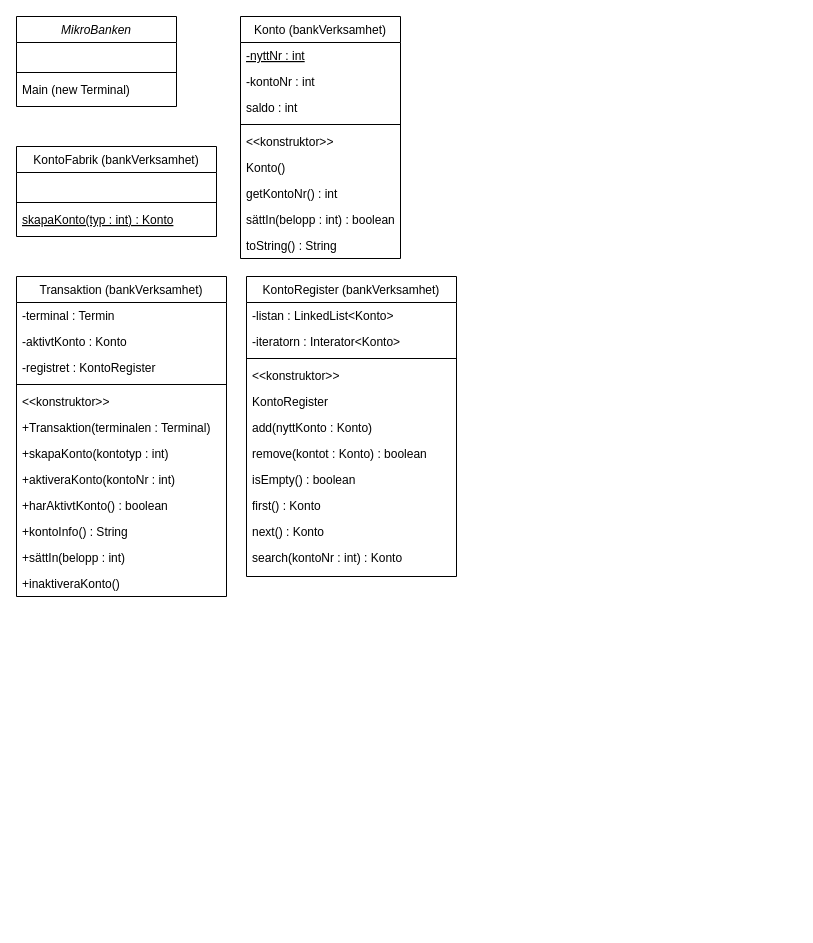
Ingelisun/ERmodels keeps this draw.io diagram as Kodskelett.drawio. Above is the earlier version. Source tidied: cells renumbered, new cells numbered last; positions are measured from the earlier drawing's top-left corner, leaving out a move shared by most shapes. Both pictures are drawn from the tidied source at 100%, with x=0, y=0 at pixel (16, 16).
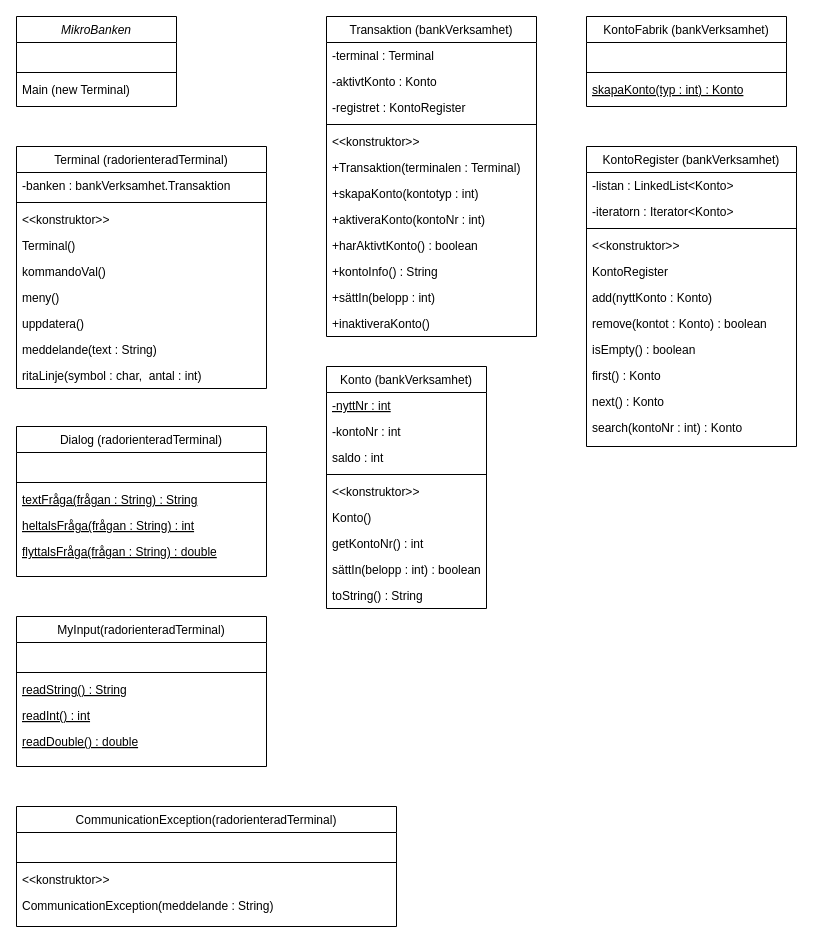
Above is the later version.

Change to the diagram source:
```diff
@@
     <mxCell id="6" value="KontoFabrik (bankVerksamhet)" style="swimlane;fontStyle=0;align=center;verticalAlign=top;horizontal=1;startSize=26;rounded=0;shadow=0;strokeWidth=1;" parent="1" vertex="1">
-      <mxGeometry y="130" width="200" height="90" as="geometry" />
+      <mxGeometry x="570" width="200" height="90" as="geometry" />
     </mxCell>
@@
     <mxCell id="10" value="Konto (bankVerksamhet)" style="swimlane;fontStyle=0;align=center;verticalAlign=top;horizontal=1;startSize=26;rounded=0;shadow=0;strokeWidth=1;" parent="1" vertex="1">
-      <mxGeometry x="224" width="160" height="242" as="geometry" />
+      <mxGeometry x="310" y="350" width="160" height="242" as="geometry" />
     </mxCell>
@@
     <mxCell id="20" value="Transaktion (bankVerksamhet)" style="swimlane;fontStyle=0;align=center;verticalAlign=top;horizontal=1;startSize=26;rounded=0;shadow=0;strokeWidth=1;" parent="1" vertex="1">
-      <mxGeometry y="260" width="210" height="320" as="geometry" />
+      <mxGeometry x="310" width="210" height="320" as="geometry" />
     </mxCell>
-    <mxCell id="21" value="-terminal : Termin" style="text;align=left;verticalAlign=top;spacingLeft=4;spacingRight=4;overflow=hidden;rounded=0;shadow=0;html=0;" parent="20" vertex="1">
+    <mxCell id="21" value="-terminal : Terminal" style="text;align=left;verticalAlign=top;spacingLeft=4;spacingRight=4;overflow=hidden;rounded=0;shadow=0;html=0;" parent="20" vertex="1">
       <mxGeometry y="26" width="210" height="26" as="geometry" />
     </mxCell>
@@
     <mxCell id="33" value="KontoRegister (bankVerksamhet)" style="swimlane;fontStyle=0;align=center;verticalAlign=top;horizontal=1;startSize=26;rounded=0;shadow=0;strokeWidth=1;" parent="1" vertex="1">
-      <mxGeometry x="230" y="260" width="210" height="300" as="geometry" />
+      <mxGeometry x="570" y="130" width="210" height="300" as="geometry" />
     </mxCell>
@@
-    <mxCell id="35" value="-iteratorn : Interator&lt;Konto&gt;" style="text;align=left;verticalAlign=top;spacingLeft=4;spacingRight=4;overflow=hidden;rounded=0;shadow=0;html=0;" parent="33" vertex="1">
+    <mxCell id="35" value="-iteratorn : Iterator&lt;Konto&gt;" style="text;align=left;verticalAlign=top;spacingLeft=4;spacingRight=4;overflow=hidden;rounded=0;shadow=0;html=0;" parent="33" vertex="1">
       <mxGeometry y="52" width="210" height="26" as="geometry" />
     </mxCell>
@@
+    <mxCell id="45" value="Terminal (radorienteradTerminal)" style="swimlane;fontStyle=0;align=center;verticalAlign=top;horizontal=1;startSize=26;rounded=0;shadow=0;strokeWidth=1;" parent="1" vertex="1">
+      <mxGeometry y="130" width="250" height="242" as="geometry" />
+    </mxCell>
+    <mxCell id="46" value="-banken : bankVerksamhet.Transaktion" style="text;align=left;verticalAlign=top;spacingLeft=4;spacingRight=4;overflow=hidden;fontStyle=0;" parent="45" vertex="1">
+      <mxGeometry y="26" width="250" height="26" as="geometry" />
+    </mxCell>
+    <mxCell id="47" style="line;html=1;strokeWidth=1;align=left;verticalAlign=middle;spacingTop=-1;spacingLeft=3;spacingRight=3;labelPosition=right;" parent="45" vertex="1">
+      <mxGeometry y="52" width="250" height="8" as="geometry" />
+    </mxCell>
+    <mxCell id="48" value="&lt;&lt;konstruktor&gt;&gt;" style="text;align=left;verticalAlign=top;spacingLeft=4;spacingRight=4;overflow=hidden;" parent="45" vertex="1">
+      <mxGeometry y="60" width="250" height="26" as="geometry" />
+    </mxCell>
+    <mxCell id="49" value="Terminal()" style="text;align=left;verticalAlign=top;spacingLeft=4;spacingRight=4;overflow=hidden;" parent="45" vertex="1">
+      <mxGeometry y="86" width="250" height="26" as="geometry" />
+    </mxCell>
+    <mxCell id="50" value="kommandoVal()" style="text;align=left;verticalAlign=top;spacingLeft=4;spacingRight=4;overflow=hidden;" parent="45" vertex="1">
+      <mxGeometry y="112" width="250" height="26" as="geometry" />
+    </mxCell>
+    <mxCell id="51" value="meny()" style="text;align=left;verticalAlign=top;spacingLeft=4;spacingRight=4;overflow=hidden;" parent="45" vertex="1">
+      <mxGeometry y="138" width="250" height="26" as="geometry" />
+    </mxCell>
+    <mxCell id="52" value="uppdatera()" style="text;align=left;verticalAlign=top;spacingLeft=4;spacingRight=4;overflow=hidden;" parent="45" vertex="1">
+      <mxGeometry y="164" width="250" height="26" as="geometry" />
+    </mxCell>
+    <mxCell id="53" value="meddelande(text : String)" style="text;align=left;verticalAlign=top;spacingLeft=4;spacingRight=4;overflow=hidden;" parent="45" vertex="1">
+      <mxGeometry y="190" width="250" height="26" as="geometry" />
+    </mxCell>
+    <mxCell id="54" value="ritaLinje(symbol : char,  antal : int)" style="text;align=left;verticalAlign=top;spacingLeft=4;spacingRight=4;overflow=hidden;" parent="45" vertex="1">
+      <mxGeometry y="216" width="250" height="26" as="geometry" />
+    </mxCell>
+    <mxCell id="55" value="Dialog (radorienteradTerminal)" style="swimlane;fontStyle=0;align=center;verticalAlign=top;horizontal=1;startSize=26;rounded=0;shadow=0;strokeWidth=1;" parent="1" vertex="1">
+      <mxGeometry y="410" width="250" height="150" as="geometry" />
+    </mxCell>
+    <mxCell id="56" value=" " style="text;align=left;verticalAlign=top;spacingLeft=4;spacingRight=4;overflow=hidden;fontStyle=0;" parent="55" vertex="1">
+      <mxGeometry y="26" width="250" height="26" as="geometry" />
+    </mxCell>
+    <mxCell id="57" style="line;html=1;strokeWidth=1;align=left;verticalAlign=middle;spacingTop=-1;spacingLeft=3;spacingRight=3;labelPosition=right;" parent="55" vertex="1">
+      <mxGeometry y="52" width="250" height="8" as="geometry" />
+    </mxCell>
+    <mxCell id="58" value="textFråga(frågan : String) : String" style="text;align=left;verticalAlign=top;spacingLeft=4;spacingRight=4;overflow=hidden;fontStyle=4;" parent="55" vertex="1">
+      <mxGeometry y="60" width="250" height="26" as="geometry" />
+    </mxCell>
+    <mxCell id="59" value="heltalsFråga(frågan : String) : int" style="text;align=left;verticalAlign=top;spacingLeft=4;spacingRight=4;overflow=hidden;fontStyle=4;" parent="55" vertex="1">
+      <mxGeometry y="86" width="250" height="26" as="geometry" />
+    </mxCell>
+    <mxCell id="60" value="flyttalsFråga(frågan : String) : double" style="text;align=left;verticalAlign=top;spacingLeft=4;spacingRight=4;overflow=hidden;fontStyle=4;" parent="55" vertex="1">
+      <mxGeometry y="112" width="250" height="26" as="geometry" />
+    </mxCell>
+    <mxCell id="61" value="CommunicationException(radorienteradTerminal)" style="swimlane;fontStyle=0;align=center;verticalAlign=top;horizontal=1;startSize=26;rounded=0;shadow=0;strokeWidth=1;" parent="1" vertex="1">
+      <mxGeometry y="790" width="380" height="120" as="geometry" />
+    </mxCell>
+    <mxCell id="62" value=" " style="text;align=left;verticalAlign=top;spacingLeft=4;spacingRight=4;overflow=hidden;fontStyle=0;" parent="61" vertex="1">
+      <mxGeometry y="26" width="380" height="26" as="geometry" />
+    </mxCell>
+    <mxCell id="63" style="line;html=1;strokeWidth=1;align=left;verticalAlign=middle;spacingTop=-1;spacingLeft=3;spacingRight=3;labelPosition=right;" parent="61" vertex="1">
+      <mxGeometry y="52" width="380" height="8" as="geometry" />
+    </mxCell>
+    <mxCell id="64" value="&lt;&lt;konstruktor&gt;&gt;" style="text;align=left;verticalAlign=top;spacingLeft=4;spacingRight=4;overflow=hidden;" parent="61" vertex="1">
+      <mxGeometry y="60" width="380" height="26" as="geometry" />
+    </mxCell>
+    <mxCell id="65" value="CommunicationException(meddelande : String)" style="text;align=left;verticalAlign=top;spacingLeft=4;spacingRight=4;overflow=hidden;" parent="61" vertex="1">
+      <mxGeometry y="86" width="380" height="26" as="geometry" />
+    </mxCell>
+    <mxCell id="66" value="MyInput(radorienteradTerminal)" style="swimlane;fontStyle=0;align=center;verticalAlign=top;horizontal=1;startSize=26;rounded=0;shadow=0;strokeWidth=1;" parent="1" vertex="1">
+      <mxGeometry y="600" width="250" height="150" as="geometry" />
+    </mxCell>
+    <mxCell id="67" value=" " style="text;align=left;verticalAlign=top;spacingLeft=4;spacingRight=4;overflow=hidden;fontStyle=0;" parent="66" vertex="1">
+      <mxGeometry y="26" width="250" height="26" as="geometry" />
+    </mxCell>
+    <mxCell id="68" style="line;html=1;strokeWidth=1;align=left;verticalAlign=middle;spacingTop=-1;spacingLeft=3;spacingRight=3;labelPosition=right;" parent="66" vertex="1">
+      <mxGeometry y="52" width="250" height="8" as="geometry" />
+    </mxCell>
+    <mxCell id="69" value="readString() : String" style="text;align=left;verticalAlign=top;spacingLeft=4;spacingRight=4;overflow=hidden;fontStyle=4;" parent="66" vertex="1">
+      <mxGeometry y="60" width="250" height="26" as="geometry" />
+    </mxCell>
+    <mxCell id="70" value="readInt() : int" style="text;align=left;verticalAlign=top;spacingLeft=4;spacingRight=4;overflow=hidden;fontStyle=4;" parent="66" vertex="1">
+      <mxGeometry y="86" width="250" height="26" as="geometry" />
+    </mxCell>
+    <mxCell id="71" value="readDouble() : double" style="text;align=left;verticalAlign=top;spacingLeft=4;spacingRight=4;overflow=hidden;fontStyle=4;" parent="66" vertex="1">
+      <mxGeometry y="112" width="250" height="26" as="geometry" />
+    </mxCell>
```
